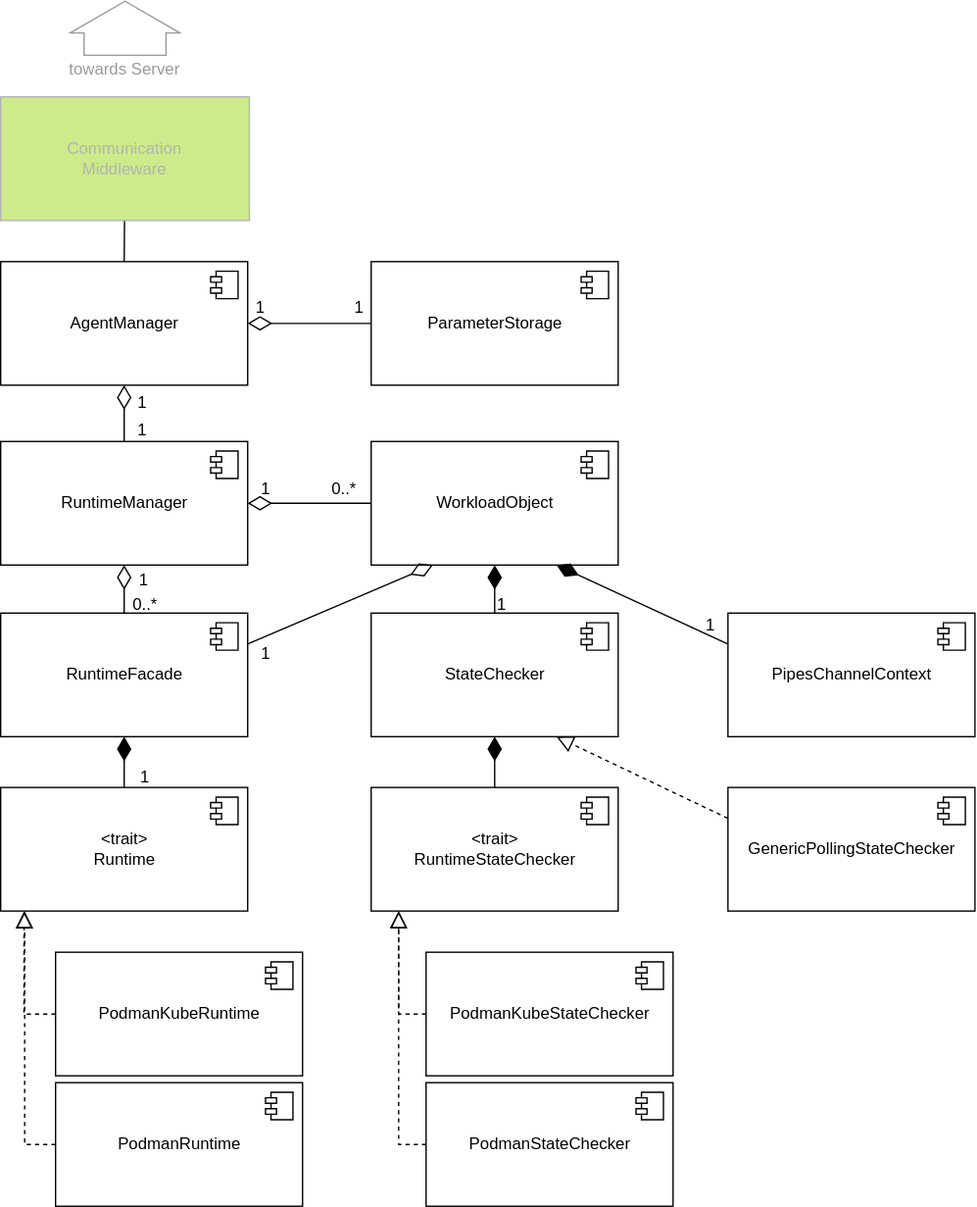
Above: agent/doc/swdesign/drawio/unit_overview.drawio.svg in eclipse-ankaios/ankaios (draw.io), before the change. Source tidied: cells renumbered, new cells last; positions are measured from the earlier drawing's top-left corner, leaving out a move shared by most shapes. Its diagram source:
```xml
<mxGraphModel>
  <root>
    <mxCell id="0" />
    <mxCell id="1" parent="0" />
    <mxCell id="2" value="AgentManager" style="html=1;" parent="1" vertex="1">
      <mxGeometry y="210" width="180" height="90" as="geometry" />
    </mxCell>
    <mxCell id="3" style="shape=module;jettyWidth=8;jettyHeight=4;" parent="2" vertex="1">
      <mxGeometry x="1" width="20" height="20" relative="1" as="geometry">
        <mxPoint x="-27" y="7" as="offset" />
      </mxGeometry>
    </mxCell>
    <mxCell id="4" value="RuntimeManager" style="html=1;" parent="1" vertex="1">
      <mxGeometry y="341" width="180" height="90" as="geometry" />
    </mxCell>
    <mxCell id="5" style="shape=module;jettyWidth=8;jettyHeight=4;" parent="4" vertex="1">
      <mxGeometry x="1" width="20" height="20" relative="1" as="geometry">
        <mxPoint x="-27" y="7" as="offset" />
      </mxGeometry>
    </mxCell>
    <mxCell id="6" value="RuntimeFacade" style="html=1;" parent="1" vertex="1">
      <mxGeometry y="466" width="180" height="90" as="geometry" />
    </mxCell>
    <mxCell id="7" style="shape=module;jettyWidth=8;jettyHeight=4;" parent="6" vertex="1">
      <mxGeometry x="1" width="20" height="20" relative="1" as="geometry">
        <mxPoint x="-27" y="7" as="offset" />
      </mxGeometry>
    </mxCell>
    <mxCell id="8" style="edgeStyle=none;html=1;entryX=0.5;entryY=0;entryDx=0;entryDy=0;startArrow=diamondThin;startFill=0;endArrow=none;endFill=0;startSize=15;endSize=10;exitX=0.5;exitY=1;exitDx=0;exitDy=0;" parent="1" edge="1" source="4" target="6">
      <mxGeometry relative="1" as="geometry" />
    </mxCell>
    <mxCell id="9" value="&amp;lt;trait&amp;gt;&lt;br&gt;Runtime" style="html=1;" parent="1" vertex="1">
      <mxGeometry y="593" width="180" height="90" as="geometry" />
    </mxCell>
    <mxCell id="10" style="shape=module;jettyWidth=8;jettyHeight=4;" parent="9" vertex="1">
      <mxGeometry x="1" width="20" height="20" relative="1" as="geometry">
        <mxPoint x="-27" y="7" as="offset" />
      </mxGeometry>
    </mxCell>
    <mxCell id="11" style="edgeStyle=none;html=1;entryX=0.5;entryY=0;entryDx=0;entryDy=0;startArrow=diamondThin;startFill=1;endArrow=none;endFill=0;startSize=15;endSize=10;exitX=0.5;exitY=1;exitDx=0;exitDy=0;" parent="1" edge="1" source="6" target="9">
      <mxGeometry relative="1" as="geometry" />
    </mxCell>
    <mxCell id="12" value="PodmanRuntime" style="html=1;" parent="1" vertex="1">
      <mxGeometry x="40" y="808" width="180" height="90" as="geometry" />
    </mxCell>
    <mxCell id="13" style="shape=module;jettyWidth=8;jettyHeight=4;" parent="12" vertex="1">
      <mxGeometry x="1" width="20" height="20" relative="1" as="geometry">
        <mxPoint x="-27" y="7" as="offset" />
      </mxGeometry>
    </mxCell>
    <mxCell id="14" value="PodmanKubeRuntime" style="html=1;" parent="1" vertex="1">
      <mxGeometry x="40" y="713" width="180" height="90" as="geometry" />
    </mxCell>
    <mxCell id="15" style="shape=module;jettyWidth=8;jettyHeight=4;" parent="14" vertex="1">
      <mxGeometry x="1" width="20" height="20" relative="1" as="geometry">
        <mxPoint x="-27" y="7" as="offset" />
      </mxGeometry>
    </mxCell>
    <mxCell id="16" style="edgeStyle=orthogonalEdgeStyle;html=1;startArrow=none;startFill=0;endArrow=block;endFill=0;startSize=15;endSize=10;entryX=0.097;entryY=1.001;entryDx=0;entryDy=0;dashed=1;exitX=0;exitY=0.5;exitDx=0;exitDy=0;rounded=0;entryPerimeter=0;" parent="1" edge="1" source="12" target="9">
      <mxGeometry relative="1" as="geometry" />
    </mxCell>
    <mxCell id="17" style="edgeStyle=none;html=1;startArrow=none;startFill=0;endArrow=block;endFill=0;startSize=15;endSize=10;dashed=1;exitX=0;exitY=0.5;exitDx=0;exitDy=0;rounded=0;entryX=0.095;entryY=1.001;entryDx=0;entryDy=0;entryPerimeter=0;" parent="1" edge="1" source="14" target="9">
      <mxGeometry relative="1" as="geometry">
        <Array as="points">
          <mxPoint x="17" y="758" />
        </Array>
      </mxGeometry>
    </mxCell>
    <mxCell id="18" value="WorkloadObject" style="html=1;" parent="1" vertex="1">
      <mxGeometry x="270" y="341" width="180" height="90" as="geometry" />
    </mxCell>
    <mxCell id="19" style="shape=module;jettyWidth=8;jettyHeight=4;" parent="18" vertex="1">
      <mxGeometry x="1" width="20" height="20" relative="1" as="geometry">
        <mxPoint x="-27" y="7" as="offset" />
      </mxGeometry>
    </mxCell>
    <mxCell id="20" style="edgeStyle=none;html=1;entryX=0;entryY=0.5;entryDx=0;entryDy=0;startArrow=diamondThin;startFill=0;endArrow=none;endFill=0;startSize=15;endSize=10;exitX=1;exitY=0.5;exitDx=0;exitDy=0;" parent="1" edge="1" source="4" target="18">
      <mxGeometry relative="1" as="geometry" />
    </mxCell>
    <mxCell id="21" style="edgeStyle=none;html=1;entryX=1;entryY=0.25;entryDx=0;entryDy=0;startArrow=diamondThin;startFill=0;endArrow=none;endFill=0;startSize=15;endSize=10;exitX=0.25;exitY=1;exitDx=0;exitDy=0;" parent="1" edge="1" source="18" target="6">
      <mxGeometry relative="1" as="geometry" />
    </mxCell>
    <mxCell id="22" value="StateChecker" style="html=1;" parent="1" vertex="1">
      <mxGeometry x="270" y="466" width="180" height="90" as="geometry" />
    </mxCell>
    <mxCell id="23" style="shape=module;jettyWidth=8;jettyHeight=4;" parent="22" vertex="1">
      <mxGeometry x="1" width="20" height="20" relative="1" as="geometry">
        <mxPoint x="-27" y="7" as="offset" />
      </mxGeometry>
    </mxCell>
    <mxCell id="24" style="edgeStyle=none;html=1;entryX=0.5;entryY=0;entryDx=0;entryDy=0;startArrow=diamondThin;startFill=1;endArrow=none;endFill=0;startSize=15;endSize=10;exitX=0.5;exitY=1;exitDx=0;exitDy=0;" parent="1" edge="1" source="18" target="22">
      <mxGeometry relative="1" as="geometry" />
    </mxCell>
    <mxCell id="25" value="PodmanKubeStateChecker" style="html=1;" parent="1" vertex="1">
      <mxGeometry x="310" y="713" width="180" height="90" as="geometry" />
    </mxCell>
    <mxCell id="26" style="shape=module;jettyWidth=8;jettyHeight=4;" parent="25" vertex="1">
      <mxGeometry x="1" width="20" height="20" relative="1" as="geometry">
        <mxPoint x="-27" y="7" as="offset" />
      </mxGeometry>
    </mxCell>
    <mxCell id="27" value="PodmanStateChecker" style="html=1;" parent="1" vertex="1">
      <mxGeometry x="310" y="808" width="180" height="90" as="geometry" />
    </mxCell>
    <mxCell id="28" style="shape=module;jettyWidth=8;jettyHeight=4;" parent="27" vertex="1">
      <mxGeometry x="1" width="20" height="20" relative="1" as="geometry">
        <mxPoint x="-27" y="7" as="offset" />
      </mxGeometry>
    </mxCell>
    <mxCell id="29" value="&amp;lt;trait&amp;gt;&lt;br&gt;RuntimeStateChecker" style="html=1;" parent="1" vertex="1">
      <mxGeometry x="270" y="593" width="180" height="90" as="geometry" />
    </mxCell>
    <mxCell id="30" style="shape=module;jettyWidth=8;jettyHeight=4;" parent="29" vertex="1">
      <mxGeometry x="1" width="20" height="20" relative="1" as="geometry">
        <mxPoint x="-27" y="7" as="offset" />
      </mxGeometry>
    </mxCell>
    <mxCell id="31" style="edgeStyle=none;html=1;entryX=0.5;entryY=0;entryDx=0;entryDy=0;startArrow=diamondThin;startFill=1;endArrow=none;endFill=0;startSize=15;endSize=10;exitX=0.5;exitY=1;exitDx=0;exitDy=0;" parent="1" edge="1" source="22" target="29">
      <mxGeometry relative="1" as="geometry" />
    </mxCell>
    <mxCell id="32" style="edgeStyle=orthogonalEdgeStyle;html=1;startArrow=none;startFill=0;endArrow=block;endFill=0;startSize=15;endSize=10;dashed=1;exitX=0;exitY=0.5;exitDx=0;exitDy=0;rounded=0;" parent="1" edge="1" source="27">
      <mxGeometry relative="1" as="geometry">
        <mxPoint x="290" y="683" as="targetPoint" />
      </mxGeometry>
    </mxCell>
    <mxCell id="33" style="edgeStyle=orthogonalEdgeStyle;html=1;startArrow=none;startFill=0;endArrow=block;endFill=0;startSize=15;endSize=10;entryX=0.098;entryY=1.013;entryDx=0;entryDy=0;dashed=1;exitX=0;exitY=0.5;exitDx=0;exitDy=0;rounded=0;entryPerimeter=0;" parent="1" edge="1" source="25">
      <mxGeometry relative="1" as="geometry">
        <mxPoint x="290" y="683" as="targetPoint" />
      </mxGeometry>
    </mxCell>
    <mxCell id="34" style="edgeStyle=none;html=1;entryX=0.5;entryY=0;entryDx=0;entryDy=0;startArrow=diamondThin;startFill=0;endArrow=none;endFill=0;startSize=15;endSize=10;exitX=0.5;exitY=1;exitDx=0;exitDy=0;" parent="1" edge="1" source="2" target="4">
      <mxGeometry relative="1" as="geometry" />
    </mxCell>
    <mxCell id="35" value="PipesChannelContext" style="html=1;" parent="1" vertex="1">
      <mxGeometry x="530" y="466" width="180" height="90" as="geometry" />
    </mxCell>
    <mxCell id="36" style="shape=module;jettyWidth=8;jettyHeight=4;" parent="35" vertex="1">
      <mxGeometry x="1" width="20" height="20" relative="1" as="geometry">
        <mxPoint x="-27" y="7" as="offset" />
      </mxGeometry>
    </mxCell>
    <mxCell id="37" style="edgeStyle=none;html=1;entryX=0;entryY=0.25;entryDx=0;entryDy=0;startArrow=diamondThin;startFill=1;endArrow=none;endFill=0;startSize=15;endSize=10;exitX=0.75;exitY=1;exitDx=0;exitDy=0;" parent="1" edge="1" source="18" target="35">
      <mxGeometry relative="1" as="geometry" />
    </mxCell>
    <mxCell id="38" value="GenericPollingStateChecker" style="html=1;" parent="1" vertex="1">
      <mxGeometry x="530" y="593" width="180" height="90" as="geometry" />
    </mxCell>
    <mxCell id="39" style="shape=module;jettyWidth=8;jettyHeight=4;" parent="38" vertex="1">
      <mxGeometry x="1" width="20" height="20" relative="1" as="geometry">
        <mxPoint x="-27" y="7" as="offset" />
      </mxGeometry>
    </mxCell>
    <mxCell id="40" style="html=1;startArrow=none;startFill=0;endArrow=block;endFill=0;startSize=15;endSize=10;dashed=1;exitX=0;exitY=0.25;exitDx=0;exitDy=0;rounded=0;entryX=0.75;entryY=1;entryDx=0;entryDy=0;" parent="1" edge="1" source="38" target="22">
      <mxGeometry relative="1" as="geometry" />
    </mxCell>
    <mxCell id="41" value="0..*" style="text;html=1;align=center;verticalAlign=middle;strokeColor=none;fillColor=none;" parent="1" vertex="1">
      <mxGeometry x="230" y="361" width="40" height="30" as="geometry" />
    </mxCell>
    <mxCell id="42" value="0..*" style="text;html=1;align=center;verticalAlign=middle;strokeColor=none;fillColor=none;" parent="1" vertex="1">
      <mxGeometry x="85" y="445" width="40" height="30" as="geometry" />
    </mxCell>
    <mxCell id="43" value="1" style="text;html=1;align=center;verticalAlign=middle;strokeColor=none;fillColor=none;" parent="1" vertex="1">
      <mxGeometry x="89" y="427" width="30" height="30" as="geometry" />
    </mxCell>
    <mxCell id="44" value="1" style="text;html=1;align=center;verticalAlign=middle;strokeColor=none;fillColor=none;" parent="1" vertex="1">
      <mxGeometry x="88" y="318" width="30" height="30" as="geometry" />
    </mxCell>
    <mxCell id="45" value="1" style="text;html=1;align=center;verticalAlign=middle;strokeColor=none;fillColor=none;" parent="1" vertex="1">
      <mxGeometry x="88" y="298" width="30" height="30" as="geometry" />
    </mxCell>
    <mxCell id="46" value="1" style="text;html=1;align=center;verticalAlign=middle;strokeColor=none;fillColor=none;" parent="1" vertex="1">
      <mxGeometry x="178" y="361" width="30" height="30" as="geometry" />
    </mxCell>
    <mxCell id="47" value="1" style="text;html=1;align=center;verticalAlign=middle;strokeColor=none;fillColor=none;" parent="1" vertex="1">
      <mxGeometry x="178" y="481" width="30" height="30" as="geometry" />
    </mxCell>
    <mxCell id="48" value="1" style="text;html=1;align=center;verticalAlign=middle;strokeColor=none;fillColor=none;" parent="1" vertex="1">
      <mxGeometry x="350" y="445" width="30" height="30" as="geometry" />
    </mxCell>
    <mxCell id="49" value="1" style="text;html=1;align=center;verticalAlign=middle;strokeColor=none;fillColor=none;" parent="1" vertex="1">
      <mxGeometry x="90" y="571" width="30" height="30" as="geometry" />
    </mxCell>
    <mxCell id="50" value="1" style="text;html=1;align=center;verticalAlign=middle;strokeColor=none;fillColor=none;" parent="1" vertex="1">
      <mxGeometry x="502" y="460" width="30" height="30" as="geometry" />
    </mxCell>
    <mxCell id="51" style="edgeStyle=none;html=1;entryX=0.5;entryY=0;entryDx=0;entryDy=0;endArrow=none;endFill=0;" parent="1" edge="1" source="52" target="2">
      <mxGeometry relative="1" as="geometry" />
    </mxCell>
    <mxCell id="52" value="Communication&lt;br&gt;Middleware" style="rounded=0;whiteSpace=wrap;html=1;fillColor=#cdeb8b;strokeColor=#B3B3B3;fontColor=#B3B3B3;" parent="1" vertex="1">
      <mxGeometry y="90" width="181.2" height="90" as="geometry" />
    </mxCell>
    <mxCell id="53" style="shape=singleArrow;direction=east;whiteSpace=wrap;html=1;arrowWidth=0.7464285714285722;arrowSize=0.5870841487279863;strokeColor=#999999;rotation=-90;" parent="1" vertex="1">
      <mxGeometry x="70.9" width="39.4" height="80" as="geometry" />
    </mxCell>
    <mxCell id="54" value="&lt;font color=&quot;#999999&quot;&gt;towards Server&lt;/font&gt;" style="text;html=1;align=center;verticalAlign=middle;fontColor=#9999999999999;" parent="1" vertex="1">
      <mxGeometry x="40" y="60" width="100" height="20" as="geometry" />
    </mxCell>
    <mxCell id="55" value="&lt;span style=&quot;&quot;&gt;ParameterStorage&lt;/span&gt;" style="html=1;" parent="1" vertex="1">
      <mxGeometry x="270" y="210" width="180" height="90" as="geometry" />
    </mxCell>
    <mxCell id="56" style="shape=module;jettyWidth=8;jettyHeight=4;" parent="55" vertex="1">
      <mxGeometry x="1" width="20" height="20" relative="1" as="geometry">
        <mxPoint x="-27" y="7" as="offset" />
      </mxGeometry>
    </mxCell>
    <mxCell id="57" style="edgeStyle=none;html=1;entryX=0;entryY=0.5;entryDx=0;entryDy=0;startArrow=diamondThin;startFill=0;endArrow=none;endFill=0;startSize=15;endSize=10;" parent="1" edge="1" source="2" target="55">
      <mxGeometry relative="1" as="geometry" />
    </mxCell>
    <mxCell id="58" value="1" style="text;html=1;align=center;verticalAlign=middle;strokeColor=none;fillColor=none;" parent="1" vertex="1">
      <mxGeometry x="174" y="229" width="30" height="30" as="geometry" />
    </mxCell>
    <mxCell id="59" value="1" style="text;html=1;align=center;verticalAlign=middle;strokeColor=none;fillColor=none;" parent="1" vertex="1">
      <mxGeometry x="246" y="229" width="30" height="30" as="geometry" />
    </mxCell>
  </root>
</mxGraphModel>
```
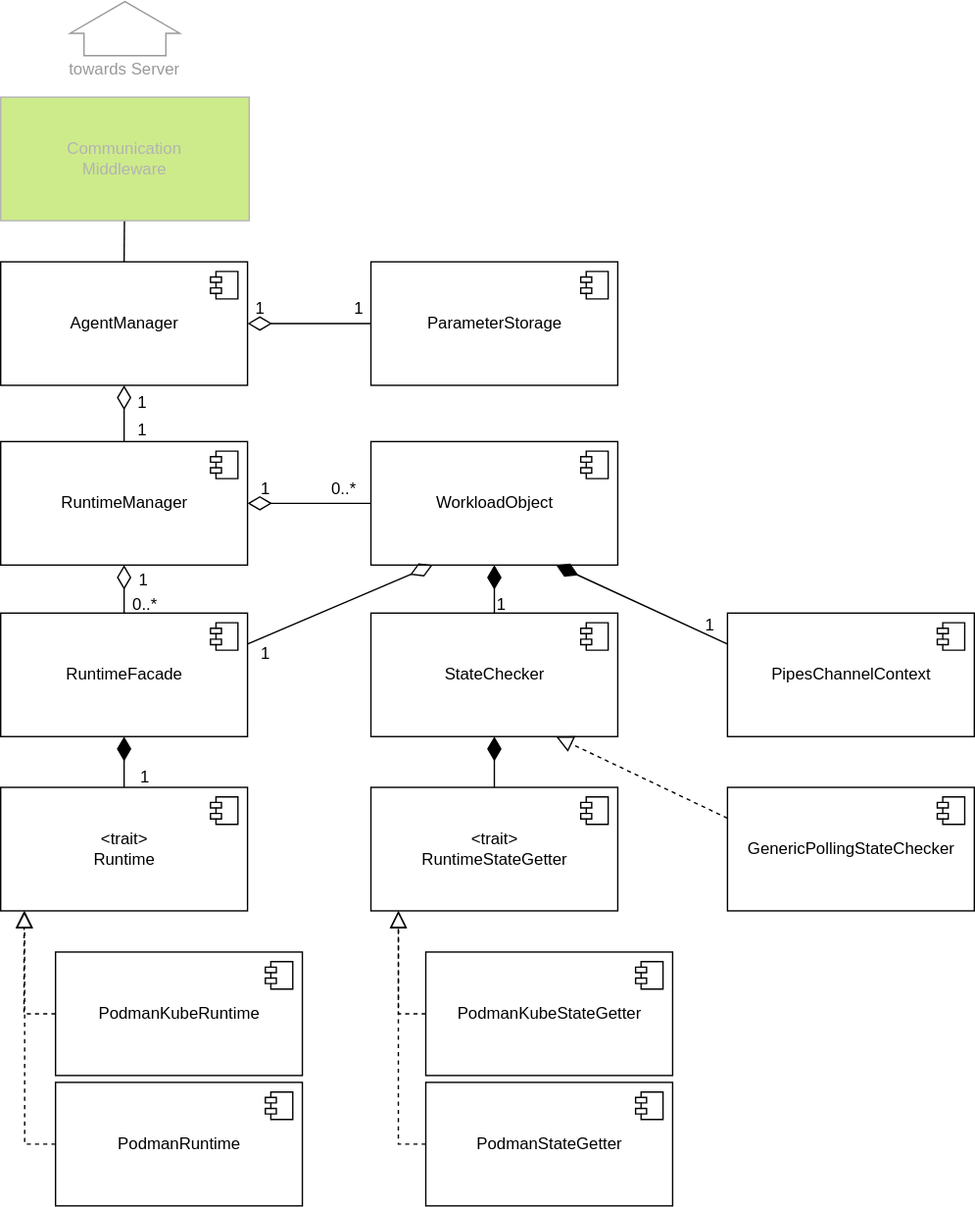
Later version of the same file.

Commit message:
Fixing overview diagram + small cleanup

Issue-Id: #1

The edit, as a diff of the source:
```diff
@@ -91,7 +91,7 @@
     <mxCell id="24" style="edgeStyle=none;html=1;entryX=0.5;entryY=0;entryDx=0;entryDy=0;startArrow=diamondThin;startFill=1;endArrow=none;endFill=0;startSize=15;endSize=10;exitX=0.5;exitY=1;exitDx=0;exitDy=0;" parent="1" edge="1" source="18" target="22">
       <mxGeometry relative="1" as="geometry" />
     </mxCell>
-    <mxCell id="25" value="PodmanKubeStateChecker" style="html=1;" parent="1" vertex="1">
+    <mxCell id="25" value="PodmanKubeStateGetter" style="html=1;" parent="1" vertex="1">
       <mxGeometry x="310" y="713" width="180" height="90" as="geometry" />
     </mxCell>
     <mxCell id="26" style="shape=module;jettyWidth=8;jettyHeight=4;" parent="25" vertex="1">
@@ -99,7 +99,7 @@
         <mxPoint x="-27" y="7" as="offset" />
       </mxGeometry>
     </mxCell>
-    <mxCell id="27" value="PodmanStateChecker" style="html=1;" parent="1" vertex="1">
+    <mxCell id="27" value="PodmanStateGetter" style="html=1;" parent="1" vertex="1">
       <mxGeometry x="310" y="808" width="180" height="90" as="geometry" />
     </mxCell>
     <mxCell id="28" style="shape=module;jettyWidth=8;jettyHeight=4;" parent="27" vertex="1">
@@ -107,7 +107,7 @@
         <mxPoint x="-27" y="7" as="offset" />
       </mxGeometry>
     </mxCell>
-    <mxCell id="29" value="&amp;lt;trait&amp;gt;&lt;br&gt;RuntimeStateChecker" style="html=1;" parent="1" vertex="1">
+    <mxCell id="29" value="&amp;lt;trait&amp;gt;&lt;br&gt;RuntimeStateGetter" style="html=1;" parent="1" vertex="1">
       <mxGeometry x="270" y="593" width="180" height="90" as="geometry" />
     </mxCell>
     <mxCell id="30" style="shape=module;jettyWidth=8;jettyHeight=4;" parent="29" vertex="1">
```
